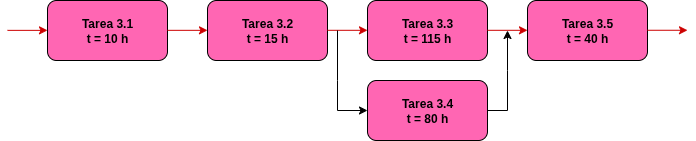
Earlier version of the draw.io export Figuras/tareas_3.png (MatiasRodriguez12/Plantilla-planificacion-MIoT). Source tidied: cells renumbered, new cells last; positions are measured from the earlier drawing's top-left corner, leaving out a move shared by most shapes.
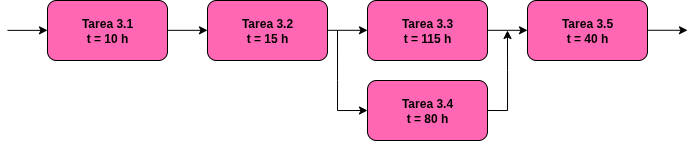
The same file after the commit.

The edit, as a diff of the source:
```diff
@@ -5,13 +5,13 @@
     <mxCell id="2" value="&lt;div&gt;&lt;font style=&quot;color: light-dark(rgb(0, 0, 0), rgb(0, 0, 0));&quot;&gt;&lt;b&gt;Tarea 3.1&lt;/b&gt;&lt;/font&gt;&lt;/div&gt;&lt;div&gt;&lt;font style=&quot;color: light-dark(rgb(0, 0, 0), rgb(0, 0, 0));&quot;&gt;&lt;b&gt;t = 10 h&lt;/b&gt;&lt;/font&gt;&lt;/div&gt;" style="rounded=1;whiteSpace=wrap;html=1;fillColor=light-dark(#FFFFFF,#FF66B3);strokeColor=light-dark(#000000,#000000);" parent="1" vertex="1">
       <mxGeometry x="40" width="120" height="60" as="geometry" />
     </mxCell>
-    <mxCell id="3" style="endArrow=classic;html=1;rounded=0;entryX=0;entryY=0.5;entryDx=0;entryDy=0;exitX=1;exitY=0.5;exitDx=0;exitDy=0;strokeColor=light-dark(#000000,#CC0000);" parent="1" edge="1">
+    <mxCell id="3" style="endArrow=classic;html=1;rounded=0;entryX=0;entryY=0.5;entryDx=0;entryDy=0;exitX=1;exitY=0.5;exitDx=0;exitDy=0;strokeColor=light-dark(#000000,#000000);" parent="1" edge="1">
       <mxGeometry relative="1" as="geometry">
         <mxPoint y="29.9" as="sourcePoint" />
         <mxPoint x="40" y="29.9" as="targetPoint" />
       </mxGeometry>
     </mxCell>
-    <mxCell id="4" style="endArrow=classic;html=1;rounded=0;entryX=0;entryY=0.5;entryDx=0;entryDy=0;exitX=1;exitY=0.5;exitDx=0;exitDy=0;strokeColor=light-dark(#000000,#CC0000);" parent="1" edge="1">
+    <mxCell id="4" style="endArrow=classic;html=1;rounded=0;entryX=0;entryY=0.5;entryDx=0;entryDy=0;exitX=1;exitY=0.5;exitDx=0;exitDy=0;strokeColor=light-dark(#000000,#000000);" parent="1" edge="1">
       <mxGeometry relative="1" as="geometry">
         <mxPoint x="160" y="29.8" as="sourcePoint" />
         <mxPoint x="200" y="29.8" as="targetPoint" />
@@ -20,7 +20,7 @@
     <mxCell id="5" value="&lt;div&gt;&lt;font style=&quot;color: light-dark(rgb(0, 0, 0), rgb(0, 0, 0));&quot;&gt;&lt;b&gt;Tarea 3.2&lt;/b&gt;&lt;/font&gt;&lt;/div&gt;&lt;div&gt;&lt;font style=&quot;color: light-dark(rgb(0, 0, 0), rgb(0, 0, 0));&quot;&gt;&lt;b&gt;t = 15 h&lt;/b&gt;&lt;/font&gt;&lt;/div&gt;" style="rounded=1;whiteSpace=wrap;html=1;fillColor=light-dark(#FFFFFF,#FF66B3);strokeColor=light-dark(#000000,#000000);" parent="1" vertex="1">
       <mxGeometry x="200" width="120" height="60" as="geometry" />
     </mxCell>
-    <mxCell id="6" style="endArrow=classic;html=1;rounded=0;entryX=0;entryY=0.5;entryDx=0;entryDy=0;exitX=1;exitY=0.5;exitDx=0;exitDy=0;strokeColor=light-dark(#000000,#CC0000);" parent="1" edge="1">
+    <mxCell id="6" style="endArrow=classic;html=1;rounded=0;entryX=0;entryY=0.5;entryDx=0;entryDy=0;exitX=1;exitY=0.5;exitDx=0;exitDy=0;strokeColor=light-dark(#000000,#000000);" parent="1" edge="1">
       <mxGeometry relative="1" as="geometry">
         <mxPoint x="320" y="29.8" as="sourcePoint" />
         <mxPoint x="360" y="29.8" as="targetPoint" />
@@ -42,7 +42,7 @@
     <mxCell id="9" value="&lt;div&gt;&lt;font style=&quot;color: light-dark(rgb(0, 0, 0), rgb(0, 0, 0));&quot;&gt;&lt;b&gt;Tarea 3.4&lt;/b&gt;&lt;/font&gt;&lt;/div&gt;&lt;div&gt;&lt;font style=&quot;color: light-dark(rgb(0, 0, 0), rgb(0, 0, 0));&quot;&gt;&lt;b&gt;t = 80 h&lt;/b&gt;&lt;/font&gt;&lt;/div&gt;" style="rounded=1;whiteSpace=wrap;html=1;fillColor=light-dark(#FFFFFF,#FF66B3);strokeColor=light-dark(#000000,#000000);" parent="1" vertex="1">
       <mxGeometry x="360" y="80" width="120" height="60" as="geometry" />
     </mxCell>
-    <mxCell id="10" style="endArrow=classic;html=1;rounded=0;entryX=0;entryY=0.5;entryDx=0;entryDy=0;exitX=1;exitY=0.5;exitDx=0;exitDy=0;strokeColor=light-dark(#000000,#CC0000);" parent="1" edge="1">
+    <mxCell id="10" style="endArrow=classic;html=1;rounded=0;entryX=0;entryY=0.5;entryDx=0;entryDy=0;exitX=1;exitY=0.5;exitDx=0;exitDy=0;strokeColor=light-dark(#000000,#000000);" parent="1" edge="1">
       <mxGeometry relative="1" as="geometry">
         <mxPoint x="480" y="29.8" as="sourcePoint" />
         <mxPoint x="520" y="29.8" as="targetPoint" />
@@ -61,7 +61,7 @@
     <mxCell id="12" value="&lt;div&gt;&lt;font style=&quot;color: light-dark(rgb(0, 0, 0), rgb(0, 0, 0));&quot;&gt;&lt;b&gt;Tarea 3.5&lt;/b&gt;&lt;/font&gt;&lt;/div&gt;&lt;div&gt;&lt;font style=&quot;color: light-dark(rgb(0, 0, 0), rgb(0, 0, 0));&quot;&gt;&lt;b&gt;t = 40 h&lt;/b&gt;&lt;/font&gt;&lt;/div&gt;" style="rounded=1;whiteSpace=wrap;html=1;fillColor=light-dark(#FFFFFF,#FF66B3);strokeColor=light-dark(#000000,#000000);" parent="1" vertex="1">
       <mxGeometry x="520" width="120" height="60" as="geometry" />
     </mxCell>
-    <mxCell id="13" style="endArrow=classic;html=1;rounded=0;entryX=0;entryY=0.5;entryDx=0;entryDy=0;exitX=1;exitY=0.5;exitDx=0;exitDy=0;strokeColor=light-dark(#000000,#CC0000);" parent="1" edge="1">
+    <mxCell id="13" style="endArrow=classic;html=1;rounded=0;entryX=0;entryY=0.5;entryDx=0;entryDy=0;exitX=1;exitY=0.5;exitDx=0;exitDy=0;strokeColor=light-dark(#000000,#000000);" parent="1" edge="1">
       <mxGeometry relative="1" as="geometry">
         <mxPoint x="640" y="29.8" as="sourcePoint" />
         <mxPoint x="680" y="29.8" as="targetPoint" />
```
